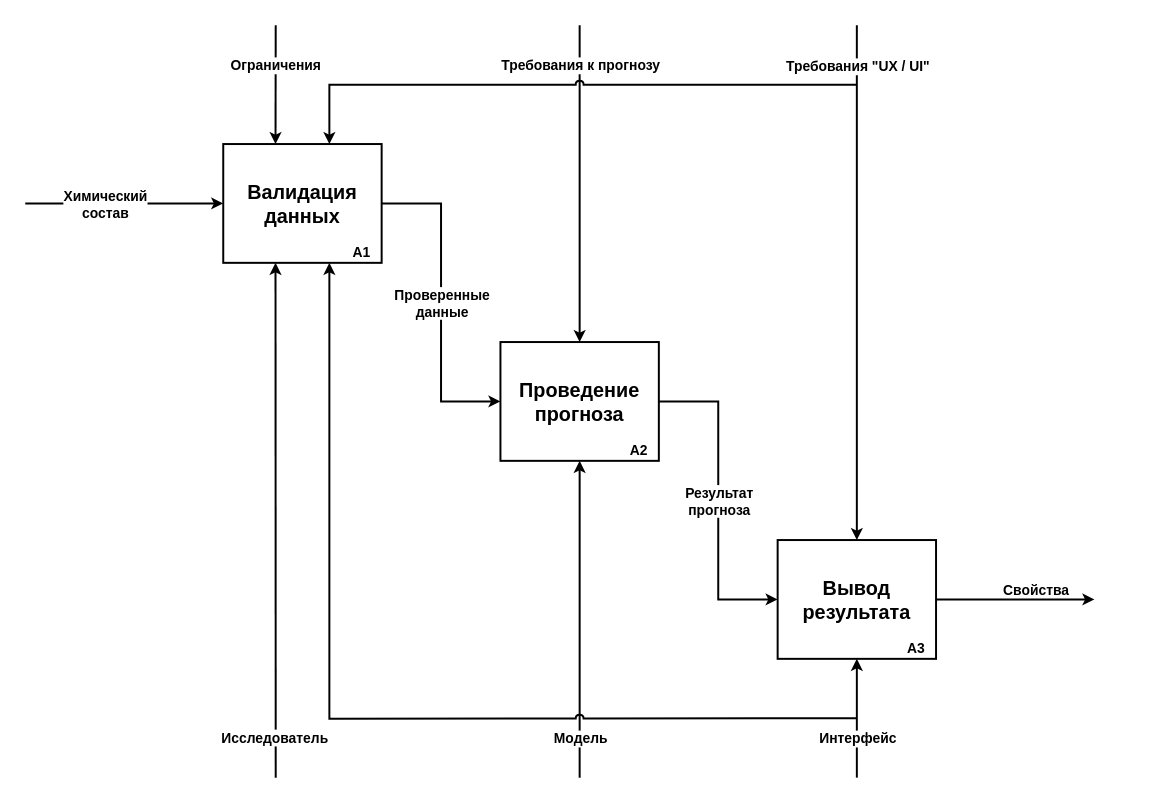
The draw.io diagram page "IDEF0 (A0) (ПЗ)" (2 of 3) of ВКР, отчет/ВКР, приложение/ВКР, IDEF0.drawio in Cyber-Limon/Final_qualifying_work___Diploma, before the edit. Source tidied: cells renumbered, new cells numbered last; positions are measured from the earlier drawing's top-left corner, leaving out a move shared by most shapes. Both pictures are drawn from the tidied source at 99%, with x=0, y=0 at pixel (25, 25).
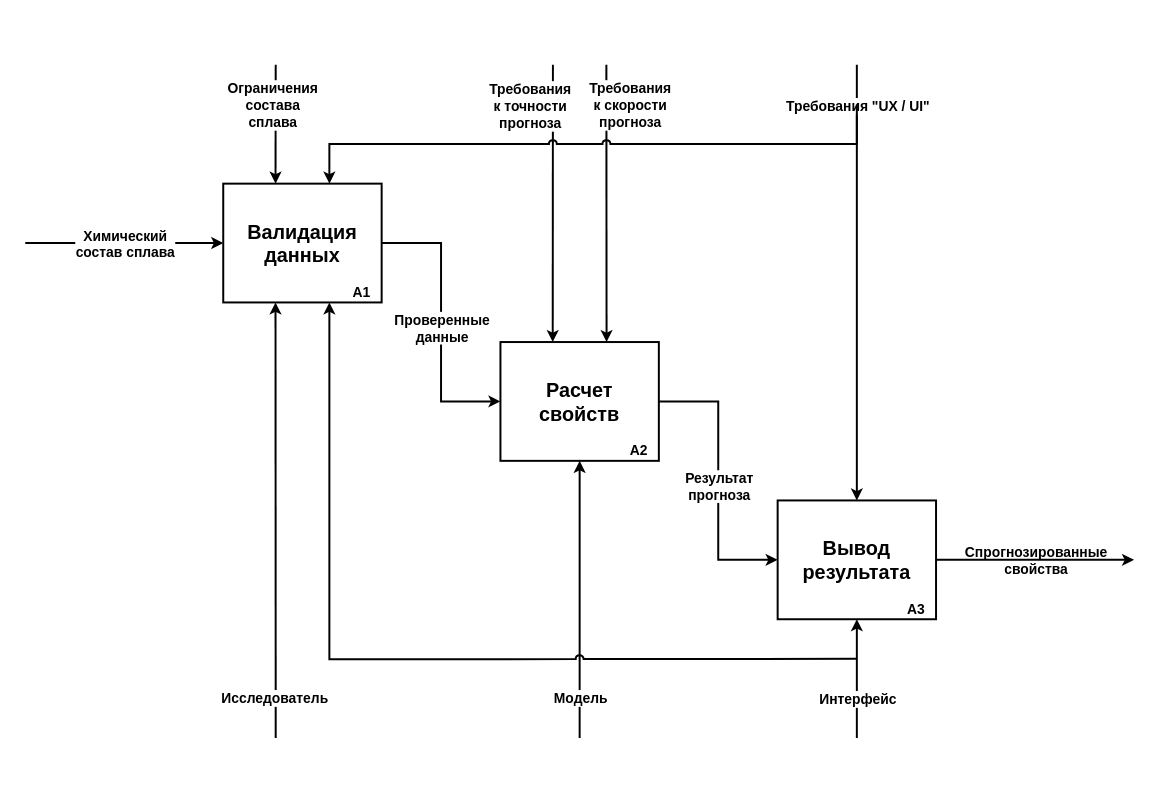
After the change.

The edit, as a diff of the source:
```diff
@@
     <mxCell id="2" value="&lt;span style=&quot;font-size: 20px;&quot;&gt;&lt;b&gt;Валидация данных&lt;/b&gt;&lt;/span&gt;" style="rounded=0;whiteSpace=wrap;html=1;strokeWidth=2;points=[[0,0.25,0,0,0],[0,0.5,0,0,0],[0,0.75,0,0,0],[0.33,0,0,0,0],[0.33,1,0,0,0],[0.67,0,0,0,0],[0.67,1,0,0,0],[1,0.25,0,0,0],[1,0.5,0,0,0],[1,0.75,0,0,0]];" parent="1" vertex="1">
-      <mxGeometry x="200" y="120" width="160" height="120" as="geometry" />
+      <mxGeometry x="200" y="160" width="160" height="120" as="geometry" />
     </mxCell>
     <mxCell id="3" value="&lt;font style=&quot;font-size: 14px;&quot;&gt;&lt;b&gt;A1&lt;/b&gt;&lt;/font&gt;" style="text;html=1;whiteSpace=wrap;strokeColor=none;fillColor=none;align=center;verticalAlign=middle;rounded=0;" parent="1" vertex="1">
-      <mxGeometry x="320" y="220" width="40" height="20" as="geometry" />
+      <mxGeometry x="320" y="260" width="40" height="20" as="geometry" />
     </mxCell>
-    <mxCell id="4" value="&lt;font style=&quot;font-size: 20px;&quot;&gt;&lt;b style=&quot;&quot;&gt;Проведение прогноза&lt;/b&gt;&lt;/font&gt;" style="rounded=0;whiteSpace=wrap;html=1;strokeWidth=2;" parent="1" vertex="1">
+    <mxCell id="4" value="&lt;font style=&quot;font-size: 20px;&quot;&gt;&lt;b style=&quot;&quot;&gt;Расчет&lt;/b&gt;&lt;/font&gt;&lt;div&gt;&lt;font style=&quot;font-size: 20px;&quot;&gt;&lt;b style=&quot;&quot;&gt;свойств&lt;/b&gt;&lt;/font&gt;&lt;/div&gt;" style="rounded=0;whiteSpace=wrap;html=1;strokeWidth=2;points=[[0,0.25,0,0,0],[0,0.5,0,0,0],[0,0.75,0,0,0],[0,1,0,0,0],[0.25,1,0,0,0],[0.33,0,0,0,0],[0.5,1,0,0,0],[0.67,0,0,0,0],[0.75,1,0,0,0],[1,0.25,0,0,0],[1,0.5,0,0,0],[1,0.75,0,0,0],[1,1,0,0,0]];" parent="1" vertex="1">
       <mxGeometry x="480" y="320" width="160" height="120" as="geometry" />
     </mxCell>
@@
     <mxCell id="6" value="&lt;span style=&quot;font-size: 20px;&quot;&gt;&lt;b&gt;Вывод результата&lt;/b&gt;&lt;/span&gt;" style="rounded=0;whiteSpace=wrap;html=1;strokeWidth=2;points=[[0,0,0,0,0],[0,0.25,0,0,0],[0,0.5,0,0,0],[0,0.75,0,0,0],[0.25,0,0,0,0],[0.5,0,0,0,0],[0.5,1,0,0,0],[0.75,0,0,0,0],[1,0,0,0,0],[1,0.25,0,0,0],[1,0.5,0,0,0],[1,0.75,0,0,0]];" parent="1" vertex="1">
-      <mxGeometry x="760" y="520" width="160" height="120" as="geometry" />
+      <mxGeometry x="760" y="480" width="160" height="120" as="geometry" />
     </mxCell>
     <mxCell id="7" value="&lt;font style=&quot;font-size: 14px;&quot;&gt;&lt;b&gt;A3&lt;/b&gt;&lt;/font&gt;" style="text;html=1;whiteSpace=wrap;strokeColor=none;fillColor=none;align=center;verticalAlign=middle;rounded=0;" parent="1" vertex="1">
-      <mxGeometry x="880" y="620" width="40" height="20" as="geometry" />
+      <mxGeometry x="880" y="580" width="40" height="20" as="geometry" />
     </mxCell>
     <mxCell id="8" style="endArrow=classic;html=1;rounded=0;strokeWidth=2;entryX=0;entryY=0.5;entryDx=0;entryDy=0;" parent="1" edge="1" target="2">
       <mxGeometry relative="1" as="geometry">
-        <mxPoint y="180" as="sourcePoint" />
+        <mxPoint y="220" as="sourcePoint" />
       </mxGeometry>
     </mxCell>
-    <mxCell id="9" value="Химический&lt;div&gt;состав&lt;/div&gt;" style="edgeLabel;html=1;align=center;verticalAlign=middle;fontSize=14;fontStyle=1;labelBackgroundColor=default;" parent="8" vertex="1">
+    <mxCell id="9" value="Химический&lt;div&gt;состав сплава&lt;/div&gt;" style="edgeLabel;html=1;align=center;verticalAlign=middle;fontSize=14;fontStyle=1;labelBackgroundColor=default;" parent="8" vertex="1">
       <mxGeometry x="-0.21" y="1" relative="1" as="geometry">
-        <mxPoint x="1" y="1" as="offset" />
+        <mxPoint x="21" y="1" as="offset" />
       </mxGeometry>
     </mxCell>
     <mxCell id="10" style="endArrow=classic;html=1;rounded=0;strokeWidth=2;exitX=1;exitY=0.5;exitDx=0;exitDy=0;" parent="1" edge="1" source="6">
       <mxGeometry relative="1" as="geometry">
-        <mxPoint x="1080" y="580" as="targetPoint" />
+        <mxPoint x="1120" y="540" as="targetPoint" />
       </mxGeometry>
     </mxCell>
-    <mxCell id="11" value="Свойства" style="edgeLabel;html=1;align=center;verticalAlign=middle;fontSize=14;fontStyle=1;labelPosition=center;verticalLabelPosition=middle;labelBackgroundColor=none;" parent="10" vertex="1">
+    <mxCell id="11" value="Спрогнозированные&lt;div&gt;свойства&lt;/div&gt;" style="edgeLabel;html=1;align=center;verticalAlign=middle;fontSize=14;fontStyle=1;labelPosition=center;verticalLabelPosition=middle;labelBackgroundColor=none;" parent="10" vertex="1">
       <mxGeometry x="-0.21" y="1" relative="1" as="geometry">
-        <mxPoint x="37" y="-9" as="offset" />
+        <mxPoint x="21" y="1" as="offset" />
       </mxGeometry>
     </mxCell>
@@
-    <mxCell id="16" style="endArrow=classic;html=1;rounded=0;strokeWidth=2;entryX=0.33;entryY=0;entryDx=0;entryDy=0;entryPerimeter=0;" parent="1" edge="1" target="2">
-      <mxGeometry relative="1" as="geometry">
-        <mxPoint x="253" as="sourcePoint" />
-      </mxGeometry>
-    </mxCell>
-    <mxCell id="17" value="Ограничения" style="edgeLabel;html=1;align=center;verticalAlign=middle;fontSize=14;fontStyle=1;labelBackgroundColor=#FFFFFF;" parent="16" vertex="1">
-      <mxGeometry x="-0.21" y="1" relative="1" as="geometry">
-        <mxPoint x="-1" y="-7" as="offset" />
-      </mxGeometry>
-    </mxCell>
     <mxCell id="18" style="endArrow=classic;html=1;rounded=0;strokeWidth=2;entryX=0.5;entryY=1;entryDx=0;entryDy=0;" parent="1" edge="1" target="4">
       <mxGeometry relative="1" as="geometry">
-        <mxPoint x="560" y="760" as="sourcePoint" />
+        <mxPoint x="560" y="720" as="sourcePoint" />
       </mxGeometry>
     </mxCell>
     <mxCell id="19" value="Модель" style="edgeLabel;html=1;align=center;verticalAlign=middle;fontSize=14;fontStyle=1;labelBackgroundColor=#FFFFFF;" parent="18" vertex="1">
       <mxGeometry x="-0.21" y="1" relative="1" as="geometry">
-        <mxPoint x="1" y="86" as="offset" />
+        <mxPoint x="1" y="70" as="offset" />
       </mxGeometry>
     </mxCell>
     <mxCell id="20" style="endArrow=classic;html=1;rounded=0;strokeWidth=2;entryX=0.33;entryY=1;entryDx=0;entryDy=0;entryPerimeter=0;" parent="1" edge="1" target="2">
       <mxGeometry relative="1" as="geometry">
-        <mxPoint x="253" y="760" as="sourcePoint" />
+        <mxPoint x="253" y="720" as="sourcePoint" />
       </mxGeometry>
     </mxCell>
     <mxCell id="21" value="Исследователь" style="edgeLabel;html=1;align=center;verticalAlign=middle;fontSize=14;fontStyle=1;labelBackgroundColor=#FFFFFF;" parent="20" vertex="1">
       <mxGeometry x="-0.21" y="1" relative="1" as="geometry">
-        <mxPoint y="164" as="offset" />
+        <mxPoint y="133" as="offset" />
       </mxGeometry>
     </mxCell>
     <mxCell id="22" style="endArrow=classic;html=1;rounded=0;strokeWidth=2;entryX=0.5;entryY=1;entryDx=0;entryDy=0;entryPerimeter=0;" parent="1" edge="1" target="6">
       <mxGeometry relative="1" as="geometry">
-        <mxPoint x="840" y="760" as="sourcePoint" />
+        <mxPoint x="840" y="720" as="sourcePoint" />
       </mxGeometry>
     </mxCell>
@@
     <mxCell id="24" style="endArrow=classic;html=1;rounded=0;strokeWidth=2;edgeStyle=orthogonalEdgeStyle;jumpStyle=arc;entryX=0.67;entryY=1;entryDx=0;entryDy=0;entryPerimeter=0;" parent="1" edge="1" target="2">
       <mxGeometry relative="1" as="geometry">
-        <mxPoint x="840" y="700" as="sourcePoint" />
+        <mxPoint x="840" y="640" as="sourcePoint" />
       </mxGeometry>
     </mxCell>
     <mxCell id="25" style="endArrow=classic;html=1;rounded=0;strokeWidth=2;entryX=0.5;entryY=0;entryDx=0;entryDy=0;entryPerimeter=0;" parent="1" edge="1" target="6">
       <mxGeometry relative="1" as="geometry">
-        <mxPoint x="840" as="sourcePoint" />
+        <mxPoint x="840" y="40" as="sourcePoint" />
       </mxGeometry>
     </mxCell>
     <mxCell id="26" value="Требования &quot;UX / UI&quot;" style="edgeLabel;html=1;align=center;verticalAlign=middle;fontSize=14;fontStyle=1;labelBackgroundColor=#FFFFFF;" parent="25" vertex="1">
       <mxGeometry x="-0.21" y="1" relative="1" as="geometry">
-        <mxPoint x="-1" y="-164" as="offset" />
+        <mxPoint x="-1" y="-133" as="offset" />
       </mxGeometry>
     </mxCell>
-    <mxCell id="27" style="endArrow=classic;html=1;rounded=0;strokeWidth=2;entryX=0.5;entryY=0;entryDx=0;entryDy=0;jumpStyle=none;" parent="1" edge="1" target="4">
-      <mxGeometry relative="1" as="geometry">
-        <mxPoint x="560" as="sourcePoint" />
-      </mxGeometry>
-    </mxCell>
-    <mxCell id="28" value="Требования к прогнозу" style="edgeLabel;html=1;align=center;verticalAlign=middle;fontSize=14;fontStyle=1;labelBackgroundColor=#FFFFFF;" parent="27" vertex="1">
-      <mxGeometry x="-0.21" y="1" relative="1" as="geometry">
-        <mxPoint x="-1" y="-86" as="offset" />
-      </mxGeometry>
-    </mxCell>
+    <mxCell id="30" style="endArrow=classic;html=1;rounded=0;strokeWidth=2;entryX=0.33;entryY=0;entryDx=0;entryDy=0;entryPerimeter=0;" parent="1" edge="1" target="2">
+      <mxGeometry relative="1" as="geometry">
+        <mxPoint x="253" y="40" as="sourcePoint" />
+      </mxGeometry>
+    </mxCell>
+    <mxCell id="31" value="Ограничения&lt;div&gt;состава&lt;/div&gt;&lt;div&gt;сплава&lt;/div&gt;" style="edgeLabel;html=1;align=center;verticalAlign=middle;fontSize=14;fontStyle=1;labelBackgroundColor=#FFFFFF;" parent="30" vertex="1">
+      <mxGeometry x="-0.21" y="1" relative="1" as="geometry">
+        <mxPoint x="-4" y="-7" as="offset" />
+      </mxGeometry>
+    </mxCell>
+    <mxCell id="32" style="endArrow=classic;html=1;rounded=0;strokeWidth=2;entryX=0.67;entryY=0;entryDx=0;entryDy=0;entryPerimeter=0;" parent="1" edge="1" target="4">
+      <mxGeometry relative="1" as="geometry">
+        <mxPoint x="587" y="40" as="sourcePoint" />
+      </mxGeometry>
+    </mxCell>
+    <mxCell id="33" value="Требования&lt;div&gt;к скорости&lt;/div&gt;&lt;div&gt;прогноза&lt;/div&gt;" style="edgeLabel;html=1;align=center;verticalAlign=middle;fontSize=14;fontStyle=1;labelBackgroundColor=#FFFFFF;" parent="32" vertex="1">
+      <mxGeometry x="-0.21" y="1" relative="1" as="geometry">
+        <mxPoint x="22" y="-70" as="offset" />
+      </mxGeometry>
+    </mxCell>
+    <mxCell id="34" style="endArrow=classic;html=1;rounded=0;strokeWidth=2;entryX=0.33;entryY=0;entryDx=0;entryDy=0;entryPerimeter=0;" parent="1" edge="1" target="4">
+      <mxGeometry relative="1" as="geometry">
+        <mxPoint x="533" y="40" as="sourcePoint" />
+      </mxGeometry>
+    </mxCell>
+    <mxCell id="35" value="Требования&lt;div&gt;к точности&lt;/div&gt;&lt;div&gt;прогноза&lt;/div&gt;" style="edgeLabel;html=1;align=center;verticalAlign=middle;fontSize=14;fontStyle=1;labelBackgroundColor=#FFFFFF;" parent="34" vertex="1">
+      <mxGeometry x="-0.21" y="1" relative="1" as="geometry">
+        <mxPoint x="-24" y="-70" as="offset" />
+      </mxGeometry>
+    </mxCell>
     <mxCell id="29" style="endArrow=classic;html=1;rounded=0;strokeWidth=2;edgeStyle=orthogonalEdgeStyle;jumpStyle=arc;entryX=0.67;entryY=0;entryDx=0;entryDy=0;entryPerimeter=0;" parent="1" edge="1" target="2">
       <mxGeometry relative="1" as="geometry">
-        <mxPoint x="840" y="60" as="sourcePoint" />
+        <mxPoint x="840" y="80" as="sourcePoint" />
         <Array as="points">
-          <mxPoint x="307" y="60" />
+          <mxPoint x="840" y="120" />
+          <mxPoint x="307" y="120" />
         </Array>
       </mxGeometry>
     </mxCell>
```
